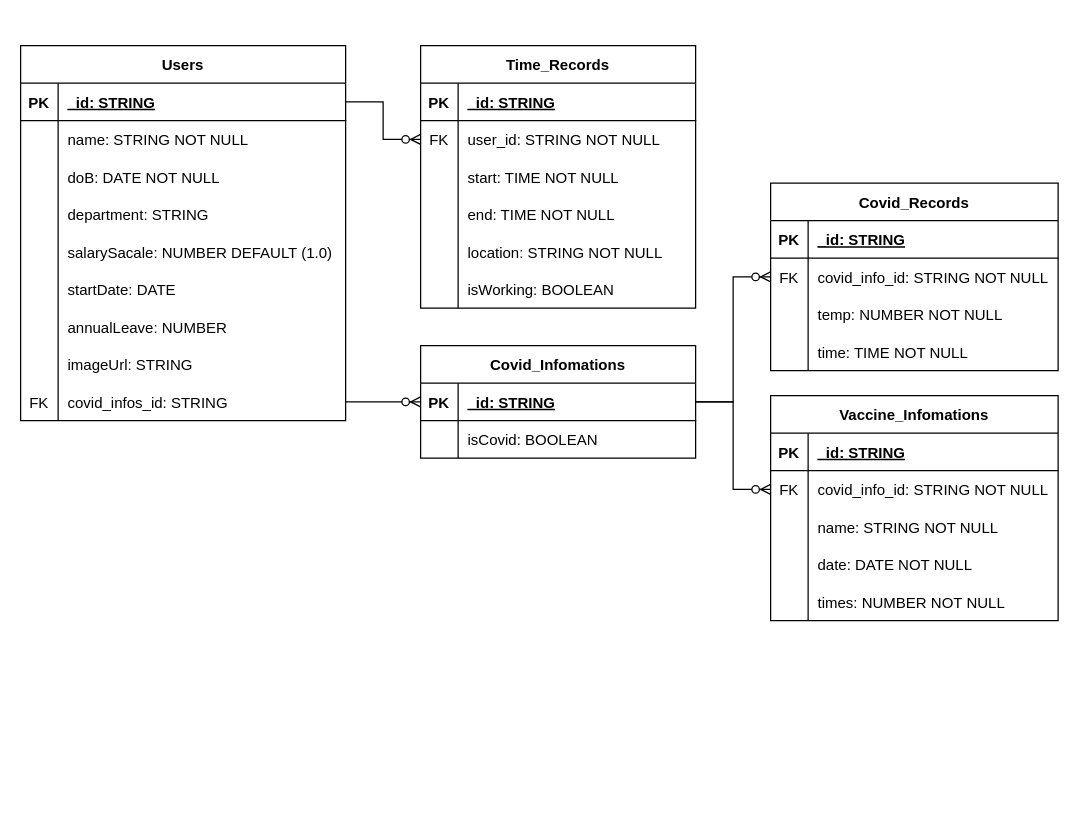
The draw.io diagram Untitled Diagram.drawio in shineofichi/StaffsManager, before the edit. Source tidied: cells renumbered, new cells numbered last; positions are measured from the earlier drawing's top-left corner, leaving out a move shared by most shapes. Both pictures are drawn from the tidied source at 125%, with x=0, y=0 at pixel (20, 45).
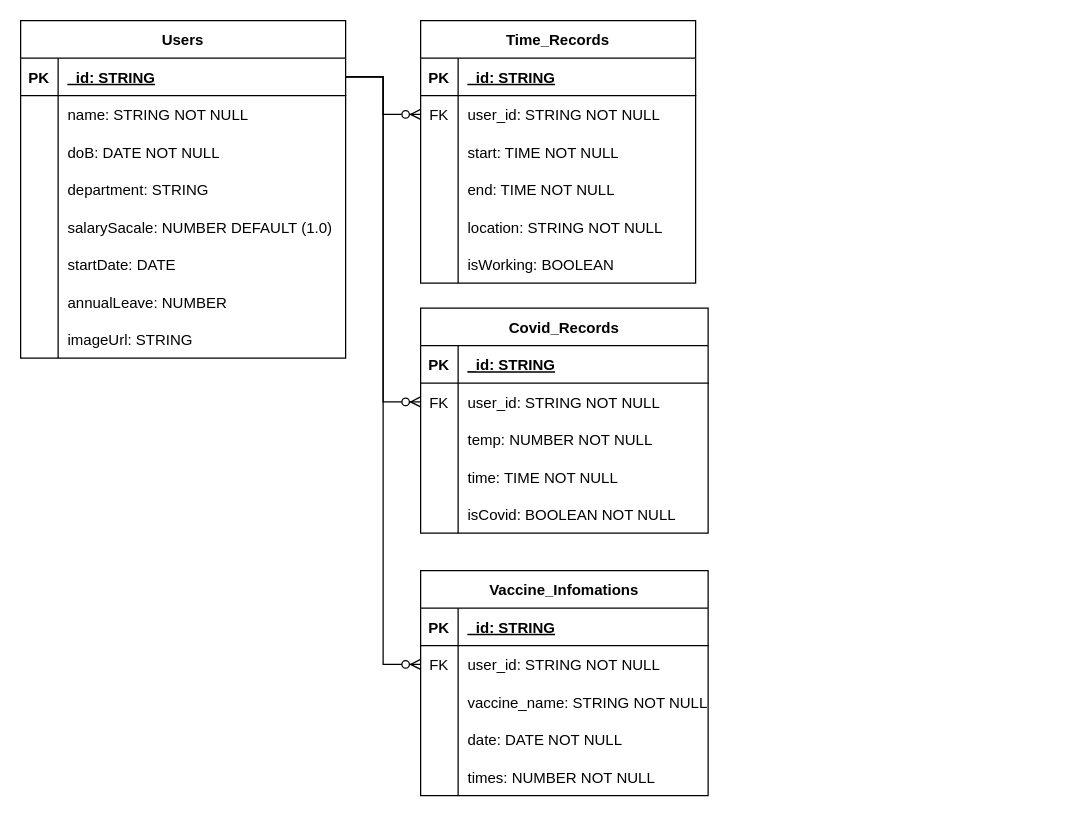
After the change.

Unchanged cells that the change refers to:
```xml
<mxCell id="3" style="shape=tableRow;horizontal=0;startSize=0;swimlaneHead=0;swimlaneBody=0;fillColor=none;points=[[0,0.5],[1,0.5]];portConstraint=eastwest;top=0;left=0;right=0;bottom=1;" parent="2" vertex="1">
  <mxGeometry y="30" width="260" height="30" as="geometry" />
</mxCell>
<mxCell id="69" style="shape=tableRow;horizontal=0;startSize=0;swimlaneHead=0;swimlaneBody=0;fillColor=none;points=[[0,0.5],[1,0.5]];portConstraint=eastwest;top=0;left=0;right=0;bottom=0;" parent="65" vertex="1">
  <mxGeometry y="60" width="230" height="30" as="geometry" />
</mxCell>
<mxCell id="83" style="shape=tableRow;horizontal=0;startSize=0;swimlaneHead=0;swimlaneBody=0;fillColor=none;points=[[0,0.5],[1,0.5]];portConstraint=eastwest;top=0;left=0;right=0;bottom=0;" parent="79" vertex="1">
  <mxGeometry y="60" width="230" height="30" as="geometry" />
</mxCell>
<mxCell id="86" style="shape=tableRow;horizontal=0;startSize=0;swimlaneHead=0;swimlaneBody=0;fillColor=none;top=0;left=0;right=0;bottom=0;" parent="79" vertex="1">
  <mxGeometry y="90" width="230" height="30" as="geometry" />
</mxCell>
```

Diff of the diagram source:
```diff
@@
     <mxCell id="2" value="Users" style="shape=table;startSize=30;childLayout=tableLayout;rowLines=0;fontStyle=1;align=center;" parent="1" vertex="1">
-      <mxGeometry width="260" height="300" as="geometry" />
+      <mxGeometry y="-20" width="260" height="270" as="geometry" />
     </mxCell>
@@
-    <mxCell id="27" style="shape=tableRow;horizontal=0;startSize=0;swimlaneHead=0;swimlaneBody=0;fillColor=none;points=[[0,0.5],[1,0.5]];portConstraint=eastwest;top=0;left=0;right=0;bottom=0;" parent="2" vertex="1">
-      <mxGeometry y="270" width="260" height="30" as="geometry" />
-    </mxCell>
-    <mxCell id="28" value="FK" style="shape=partialRectangle;fillColor=none;top=0;left=0;bottom=0;right=0;overflow=hidden;" parent="27" vertex="1">
-      <mxGeometry width="30" height="30" as="geometry" />
-    </mxCell>
-    <mxCell id="29" value="covid_infos_id: STRING" style="shape=partialRectangle;fillColor=none;top=0;left=0;bottom=0;right=0;align=left;spacingLeft=6;overflow=hidden;" parent="27" vertex="1">
-      <mxGeometry x="30" width="230" height="30" as="geometry" />
-    </mxCell>
@@
     <mxCell id="38" value="Time_Records" style="shape=table;startSize=30;childLayout=tableLayout;rowLines=0;fontStyle=1;align=center;" parent="1" vertex="1">
-      <mxGeometry x="320" width="220" height="210" as="geometry" />
+      <mxGeometry x="320" y="-20" width="220" height="210" as="geometry" />
     </mxCell>
@@
-    <mxCell id="57" value="Covid_Infomations" style="shape=table;startSize=30;childLayout=tableLayout;rowLines=0;fontStyle=1;align=center;" parent="1" vertex="1">
-      <mxGeometry x="320" y="240" width="220" height="90" as="geometry" />
-    </mxCell>
-    <mxCell id="58" style="shape=tableRow;horizontal=0;startSize=0;swimlaneHead=0;swimlaneBody=0;fillColor=none;points=[[0,0.5],[1,0.5]];portConstraint=eastwest;top=0;left=0;right=0;bottom=1;" parent="57" vertex="1">
-      <mxGeometry y="30" width="220" height="30" as="geometry" />
-    </mxCell>
-    <mxCell id="59" value="PK" style="shape=partialRectangle;fillColor=none;top=0;left=0;bottom=0;right=0;fontStyle=1;overflow=hidden;" parent="58" vertex="1">
-      <mxGeometry width="30" height="30" as="geometry" />
-    </mxCell>
-    <mxCell id="60" value="_id: STRING" style="shape=partialRectangle;fillColor=none;top=0;left=0;bottom=0;right=0;align=left;spacingLeft=6;fontStyle=5;overflow=hidden;" parent="58" vertex="1">
-      <mxGeometry x="30" width="190" height="30" as="geometry" />
-    </mxCell>
-    <mxCell id="61" style="shape=tableRow;horizontal=0;startSize=0;swimlaneHead=0;swimlaneBody=0;fillColor=none;top=0;left=0;right=0;bottom=0;" parent="57" vertex="1">
-      <mxGeometry y="60" width="220" height="30" as="geometry" />
-    </mxCell>
-    <mxCell id="62" style="shape=partialRectangle;fillColor=none;top=0;left=0;bottom=0;right=0;overflow=hidden;" parent="61" vertex="1">
-      <mxGeometry width="30" height="30" as="geometry" />
-    </mxCell>
-    <mxCell id="63" value="isCovid: BOOLEAN" style="shape=partialRectangle;fillColor=none;top=0;left=0;bottom=0;right=0;align=left;spacingLeft=6;overflow=hidden;" parent="61" vertex="1">
-      <mxGeometry x="30" width="190" height="30" as="geometry" />
-    </mxCell>
-    <mxCell id="64" style="edgeStyle=entityRelationEdgeStyle;fontSize=12;html=1;endArrow=ERzeroToMany;endFill=1;rounded=0;exitX=1;exitY=0.5;exitDx=0;exitDy=0;" parent="1" edge="1" source="27" target="58">
-      <mxGeometry relative="1" as="geometry" />
-    </mxCell>
     <mxCell id="65" value="Covid_Records" style="shape=table;startSize=30;childLayout=tableLayout;rowLines=0;fontStyle=1;align=center;" parent="1" vertex="1">
-      <mxGeometry x="600" y="110" width="230" height="150" as="geometry" />
+      <mxGeometry x="320" y="210" width="230" height="180" as="geometry" />
     </mxCell>
@@
-    <mxCell id="71" value="covid_info_id: STRING NOT NULL" style="shape=partialRectangle;fillColor=none;top=0;left=0;bottom=0;right=0;align=left;spacingLeft=6;overflow=hidden;" parent="69" vertex="1">
+    <mxCell id="71" value="user_id: STRING NOT NULL" style="shape=partialRectangle;fillColor=none;top=0;left=0;bottom=0;right=0;align=left;spacingLeft=6;overflow=hidden;" parent="69" vertex="1">
       <mxGeometry x="30" width="200" height="30" as="geometry" />
     </mxCell>
@@
+    <mxCell id="97" style="shape=tableRow;horizontal=0;startSize=0;swimlaneHead=0;swimlaneBody=0;fillColor=none;top=0;left=0;right=0;bottom=0;" parent="65" vertex="1">
+      <mxGeometry y="150" width="230" height="30" as="geometry" />
+    </mxCell>
+    <mxCell id="62" style="shape=partialRectangle;fillColor=none;top=0;left=0;bottom=0;right=0;overflow=hidden;" parent="97" vertex="1">
+      <mxGeometry width="30" height="30" as="geometry" />
+    </mxCell>
+    <mxCell id="98" value="isCovid: BOOLEAN NOT NULL" style="shape=partialRectangle;fillColor=none;top=0;left=0;bottom=0;right=0;align=left;spacingLeft=6;overflow=hidden;" parent="97" vertex="1">
+      <mxGeometry x="30" width="200" height="30" as="geometry" />
+    </mxCell>
-    <mxCell id="78" style="edgeStyle=entityRelationEdgeStyle;fontSize=12;html=1;endArrow=ERzeroToMany;endFill=1;rounded=0;" parent="1" edge="1" source="58" target="69">
+    <mxCell id="78" style="edgeStyle=entityRelationEdgeStyle;fontSize=12;html=1;endArrow=ERzeroToMany;endFill=1;rounded=0;exitX=1;exitY=0.5;exitDx=0;exitDy=0;" parent="1" edge="1" source="3" target="69">
       <mxGeometry relative="1" as="geometry" />
     </mxCell>
     <mxCell id="79" value="Vaccine_Infomations" style="shape=table;startSize=30;childLayout=tableLayout;rowLines=0;fontStyle=1;align=center;" parent="1" vertex="1">
-      <mxGeometry x="600" y="280" width="230" height="180" as="geometry" />
+      <mxGeometry x="320" y="420" width="230" height="180" as="geometry" />
     </mxCell>
@@
-    <mxCell id="85" value="covid_info_id: STRING NOT NULL" style="shape=partialRectangle;fillColor=none;top=0;left=0;bottom=0;right=0;align=left;spacingLeft=6;overflow=hidden;" parent="83" vertex="1">
+    <mxCell id="85" value="user_id: STRING NOT NULL" style="shape=partialRectangle;fillColor=none;top=0;left=0;bottom=0;right=0;align=left;spacingLeft=6;overflow=hidden;" parent="83" vertex="1">
       <mxGeometry x="30" width="200" height="30" as="geometry" />
     </mxCell>
@@
-    <mxCell id="88" value="name: STRING NOT NULL" style="shape=partialRectangle;fillColor=none;top=0;left=0;bottom=0;right=0;align=left;spacingLeft=6;overflow=hidden;" parent="86" vertex="1">
+    <mxCell id="88" value="vaccine_name: STRING NOT NULL" style="shape=partialRectangle;fillColor=none;top=0;left=0;bottom=0;right=0;align=left;spacingLeft=6;overflow=hidden;" parent="86" vertex="1">
       <mxGeometry x="30" width="200" height="30" as="geometry" />
     </mxCell>
@@
-    <mxCell id="95" style="edgeStyle=entityRelationEdgeStyle;fontSize=12;html=1;endArrow=ERzeroToMany;endFill=1;rounded=0;exitX=1;exitY=0.5;exitDx=0;exitDy=0;entryX=0;entryY=0.5;entryDx=0;entryDy=0;" parent="1" edge="1" source="58" target="83">
+    <mxCell id="95" style="edgeStyle=entityRelationEdgeStyle;fontSize=12;html=1;endArrow=ERzeroToMany;endFill=1;rounded=0;exitX=1;exitY=0.5;exitDx=0;exitDy=0;entryX=0;entryY=0.5;entryDx=0;entryDy=0;" parent="1" edge="1" source="3" target="83">
       <mxGeometry relative="1" as="geometry" />
     </mxCell>
```
